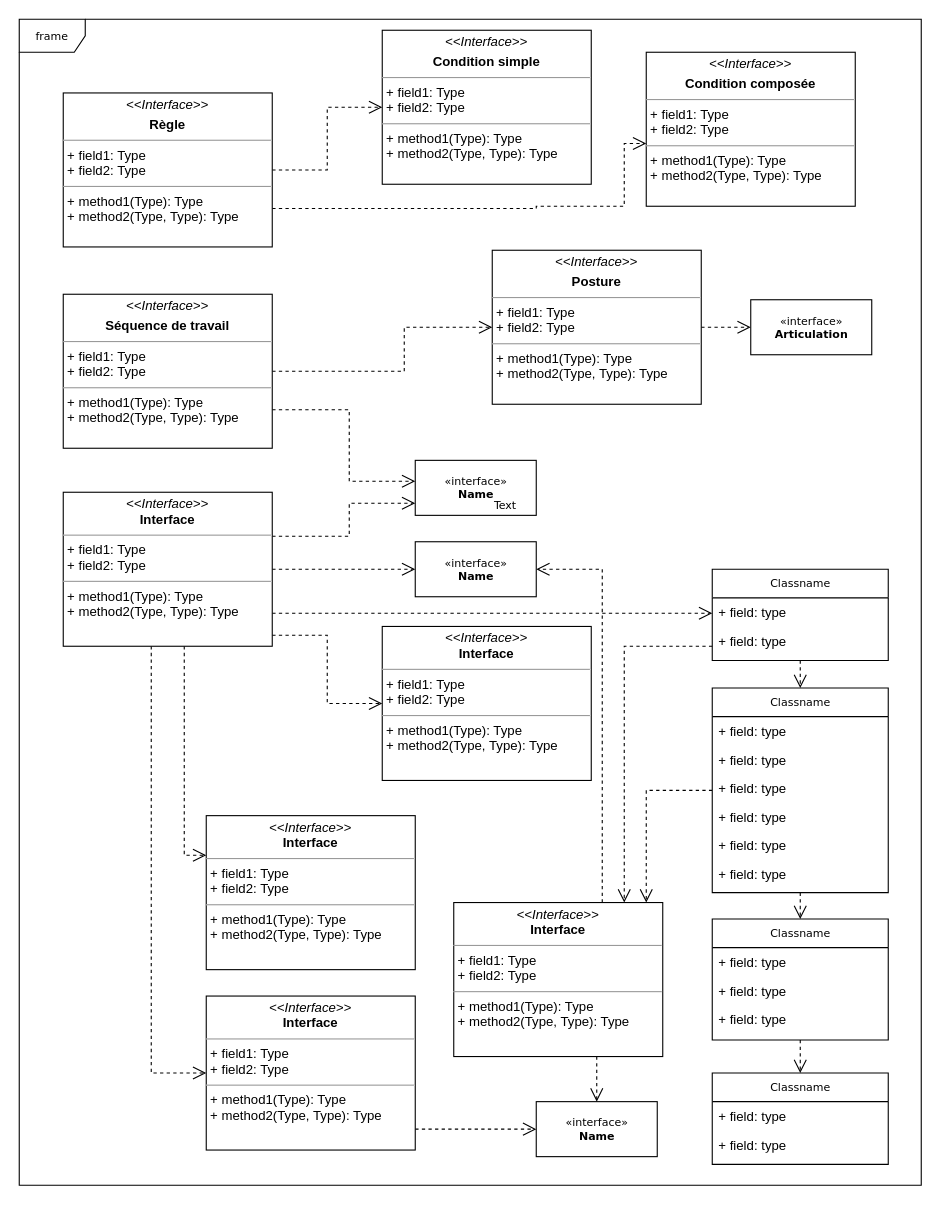
The draw.io diagram MiniPOO-Diagramme de classe.drawio in lajoll1/MINI_POO222, before the edit. Source tidied: cells renumbered, new cells numbered last; positions are measured from the earlier drawing's top-left corner, leaving out a move shared by most shapes. Both pictures are drawn from the tidied source at 110%, with x=0, y=0 at pixel (19, 19).
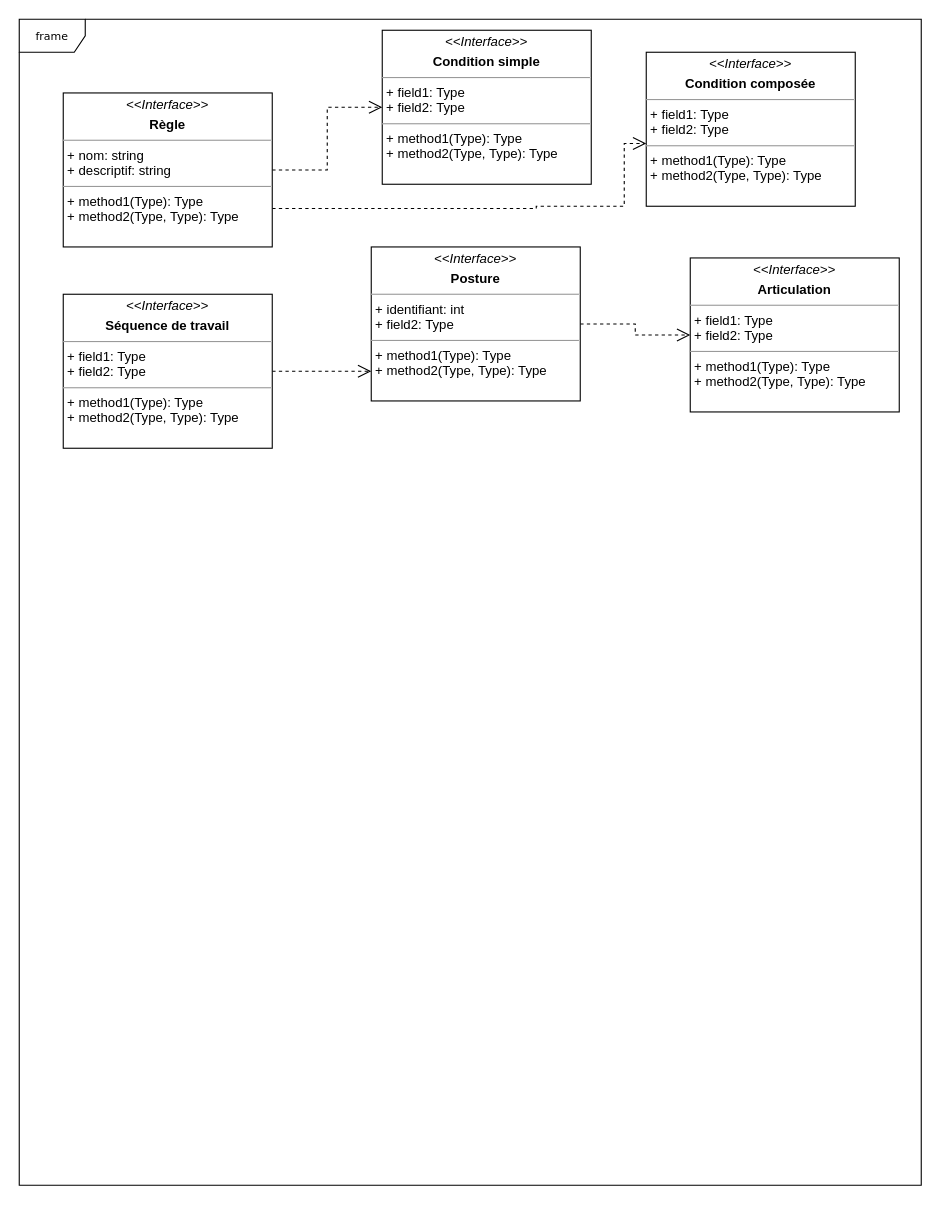
Above is the later version.

Commit message (it also covers changes not shown here):
Mettre à jour MiniPOO-Diagramme de classe.drawio

Unchanged cells that the change refers to:
```xml
<mxCell id="43" value="&lt;p style=&quot;margin:0px;margin-top:4px;text-align:center;&quot;&gt;&lt;i&gt;&amp;lt;&amp;lt;Interface&amp;gt;&amp;gt;&lt;/i&gt;&lt;/p&gt;&lt;p style=&quot;margin:0px;margin-top:4px;text-align:center;&quot;&gt;&lt;b&gt;Séquence de travail&lt;/b&gt;&lt;br&gt;&lt;/p&gt;&lt;hr size=&quot;1&quot;&gt;&lt;p style=&quot;margin:0px;margin-left:4px;&quot;&gt;+ field1: Type&lt;br&gt;+ field2: Type&lt;/p&gt;&lt;hr size=&quot;1&quot;&gt;&lt;p style=&quot;margin:0px;margin-left:4px;&quot;&gt;+ method1(Type): Type&lt;br&gt;+ method2(Type, Type): Type&lt;/p&gt;" style="verticalAlign=top;align=left;overflow=fill;fontSize=12;fontFamily=Helvetica;html=1;rounded=0;shadow=0;comic=0;labelBackgroundColor=none;strokeWidth=1;" parent="1" vertex="1">
  <mxGeometry x="40" y="250" width="190" height="140" as="geometry" />
</mxCell>
```

The edit, as a diff of the source:
```diff
@@
-    <mxCell id="3" style="edgeStyle=orthogonalEdgeStyle;rounded=0;html=1;dashed=1;labelBackgroundColor=none;startFill=0;endArrow=open;endFill=0;endSize=10;fontFamily=Verdana;fontSize=10;" parent="1" edge="1" source="5" target="27">
-      <mxGeometry relative="1" as="geometry">
-        <Array as="points">
-          <mxPoint x="570" y="701" />
-        </Array>
-      </mxGeometry>
-    </mxCell>
-    <mxCell id="4" style="edgeStyle=orthogonalEdgeStyle;rounded=0;html=1;dashed=1;labelBackgroundColor=none;startFill=0;endArrow=open;endFill=0;endSize=10;fontFamily=Verdana;fontSize=10;" parent="1" edge="1" source="5" target="16">
-      <mxGeometry relative="1" as="geometry" />
-    </mxCell>
-    <mxCell id="5" value="Classname" style="swimlane;html=1;fontStyle=0;horizontal=1;startSize=26;fillColor=none;swimlaneFillColor=#ffffff;rounded=0;shadow=0;comic=0;labelBackgroundColor=none;strokeWidth=1;fontFamily=Verdana;fontSize=10;align=center;" parent="1" vertex="1">
-      <mxGeometry x="630" y="608" width="160" height="186" as="geometry" />
-    </mxCell>
-    <mxCell id="6" value="+ field: type" style="text;html=1;strokeColor=none;fillColor=none;align=left;verticalAlign=top;spacingLeft=4;spacingRight=4;whiteSpace=wrap;overflow=hidden;" parent="5" vertex="1">
-      <mxGeometry y="26" width="160" height="26" as="geometry" />
-    </mxCell>
-    <mxCell id="7" value="+ field: type" style="text;html=1;strokeColor=none;fillColor=none;align=left;verticalAlign=top;spacingLeft=4;spacingRight=4;whiteSpace=wrap;overflow=hidden;" parent="5" vertex="1">
-      <mxGeometry y="52" width="160" height="26" as="geometry" />
-    </mxCell>
-    <mxCell id="8" value="+ field: type" style="text;html=1;strokeColor=none;fillColor=none;align=left;verticalAlign=top;spacingLeft=4;spacingRight=4;whiteSpace=wrap;overflow=hidden;" parent="5" vertex="1">
-      <mxGeometry y="78" width="160" height="26" as="geometry" />
-    </mxCell>
-    <mxCell id="9" value="+ field: type" style="text;html=1;strokeColor=none;fillColor=none;align=left;verticalAlign=top;spacingLeft=4;spacingRight=4;whiteSpace=wrap;overflow=hidden;" parent="5" vertex="1">
-      <mxGeometry y="104" width="160" height="26" as="geometry" />
-    </mxCell>
-    <mxCell id="10" value="+ field: type" style="text;html=1;strokeColor=none;fillColor=none;align=left;verticalAlign=top;spacingLeft=4;spacingRight=4;whiteSpace=wrap;overflow=hidden;" parent="5" vertex="1">
-      <mxGeometry y="130" width="160" height="26" as="geometry" />
-    </mxCell>
-    <mxCell id="11" value="+ field: type" style="text;html=1;strokeColor=none;fillColor=none;align=left;verticalAlign=top;spacingLeft=4;spacingRight=4;whiteSpace=wrap;overflow=hidden;" parent="5" vertex="1">
-      <mxGeometry y="156" width="160" height="26" as="geometry" />
-    </mxCell>
-    <mxCell id="12" value="Classname" style="swimlane;html=1;fontStyle=0;horizontal=1;startSize=26;fillColor=none;swimlaneFillColor=#ffffff;rounded=0;shadow=0;comic=0;labelBackgroundColor=none;strokeWidth=1;fontFamily=Verdana;fontSize=10;align=center;" parent="1" vertex="1">
-      <mxGeometry x="630" y="958" width="160" height="83" as="geometry" />
-    </mxCell>
-    <mxCell id="13" value="+ field: type" style="text;html=1;strokeColor=none;fillColor=none;align=left;verticalAlign=top;spacingLeft=4;spacingRight=4;whiteSpace=wrap;overflow=hidden;" parent="12" vertex="1">
-      <mxGeometry y="26" width="160" height="26" as="geometry" />
-    </mxCell>
-    <mxCell id="14" value="+ field: type" style="text;html=1;strokeColor=none;fillColor=none;align=left;verticalAlign=top;spacingLeft=4;spacingRight=4;whiteSpace=wrap;overflow=hidden;" parent="12" vertex="1">
-      <mxGeometry y="52" width="160" height="26" as="geometry" />
-    </mxCell>
-    <mxCell id="15" style="edgeStyle=orthogonalEdgeStyle;rounded=0;html=1;dashed=1;labelBackgroundColor=none;startFill=0;endArrow=open;endFill=0;endSize=10;fontFamily=Verdana;fontSize=10;" parent="1" edge="1" source="16" target="12">
-      <mxGeometry relative="1" as="geometry" />
-    </mxCell>
-    <mxCell id="16" value="Classname" style="swimlane;html=1;fontStyle=0;horizontal=1;startSize=26;fillColor=none;swimlaneFillColor=#ffffff;rounded=0;shadow=0;comic=0;labelBackgroundColor=none;strokeWidth=1;fontFamily=Verdana;fontSize=10;align=center;" parent="1" vertex="1">
-      <mxGeometry x="630" y="818" width="160" height="110" as="geometry" />
-    </mxCell>
-    <mxCell id="17" value="+ field: type" style="text;html=1;strokeColor=none;fillColor=none;align=left;verticalAlign=top;spacingLeft=4;spacingRight=4;whiteSpace=wrap;overflow=hidden;" parent="16" vertex="1">
-      <mxGeometry y="26" width="160" height="26" as="geometry" />
-    </mxCell>
-    <mxCell id="18" value="+ field: type" style="text;html=1;strokeColor=none;fillColor=none;align=left;verticalAlign=top;spacingLeft=4;spacingRight=4;whiteSpace=wrap;overflow=hidden;" parent="16" vertex="1">
-      <mxGeometry y="52" width="160" height="26" as="geometry" />
-    </mxCell>
-    <mxCell id="19" value="+ field: type" style="text;html=1;strokeColor=none;fillColor=none;align=left;verticalAlign=top;spacingLeft=4;spacingRight=4;whiteSpace=wrap;overflow=hidden;" parent="16" vertex="1">
-      <mxGeometry y="78" width="160" height="26" as="geometry" />
-    </mxCell>
-    <mxCell id="20" style="edgeStyle=orthogonalEdgeStyle;rounded=0;html=1;dashed=1;labelBackgroundColor=none;startFill=0;endArrow=open;endFill=0;endSize=10;fontFamily=Verdana;fontSize=10;" parent="1" edge="1" source="21" target="5">
-      <mxGeometry relative="1" as="geometry" />
-    </mxCell>
-    <mxCell id="21" value="Classname" style="swimlane;html=1;fontStyle=0;horizontal=1;startSize=26;fillColor=none;swimlaneFillColor=#ffffff;rounded=0;shadow=0;comic=0;labelBackgroundColor=none;strokeWidth=1;fontFamily=Verdana;fontSize=10;align=center;" parent="1" vertex="1">
-      <mxGeometry x="630" y="500" width="160" height="83" as="geometry" />
-    </mxCell>
-    <mxCell id="22" value="+ field: type" style="text;html=1;strokeColor=none;fillColor=none;align=left;verticalAlign=top;spacingLeft=4;spacingRight=4;whiteSpace=wrap;overflow=hidden;" parent="21" vertex="1">
-      <mxGeometry y="26" width="160" height="26" as="geometry" />
-    </mxCell>
-    <mxCell id="23" value="+ field: type" style="text;html=1;strokeColor=none;fillColor=none;align=left;verticalAlign=top;spacingLeft=4;spacingRight=4;whiteSpace=wrap;overflow=hidden;" parent="21" vertex="1">
-      <mxGeometry y="52" width="160" height="26" as="geometry" />
-    </mxCell>
-    <mxCell id="24" value="&amp;laquo;interface&amp;raquo;&lt;br&gt;&lt;b&gt;Name&lt;/b&gt;" style="html=1;rounded=0;shadow=0;comic=0;labelBackgroundColor=none;strokeWidth=1;fontFamily=Verdana;fontSize=10;align=center;" parent="1" vertex="1">
-      <mxGeometry x="470" y="984" width="110" height="50" as="geometry" />
-    </mxCell>
-    <mxCell id="25" style="edgeStyle=orthogonalEdgeStyle;rounded=0;html=1;dashed=1;labelBackgroundColor=none;startFill=0;endArrow=open;endFill=0;endSize=10;fontFamily=Verdana;fontSize=10;" parent="1" edge="1" source="27" target="24">
-      <mxGeometry relative="1" as="geometry">
-        <Array as="points">
-          <mxPoint x="525" y="950" />
-          <mxPoint x="525" y="950" />
-        </Array>
-      </mxGeometry>
-    </mxCell>
-    <mxCell id="26" style="edgeStyle=orthogonalEdgeStyle;rounded=0;html=1;dashed=1;labelBackgroundColor=none;startFill=0;endArrow=open;endFill=0;endSize=10;fontFamily=Verdana;fontSize=10;" parent="1" edge="1" source="27" target="32">
-      <mxGeometry relative="1" as="geometry">
-        <Array as="points">
-          <mxPoint x="530" y="500" />
-        </Array>
-      </mxGeometry>
-    </mxCell>
-    <mxCell id="27" value="&lt;p style=&quot;margin:0px;margin-top:4px;text-align:center;&quot;&gt;&lt;i&gt;&amp;lt;&amp;lt;Interface&amp;gt;&amp;gt;&lt;/i&gt;&lt;br/&gt;&lt;b&gt;Interface&lt;/b&gt;&lt;/p&gt;&lt;hr size=&quot;1&quot;/&gt;&lt;p style=&quot;margin:0px;margin-left:4px;&quot;&gt;+ field1: Type&lt;br/&gt;+ field2: Type&lt;/p&gt;&lt;hr size=&quot;1&quot;/&gt;&lt;p style=&quot;margin:0px;margin-left:4px;&quot;&gt;+ method1(Type): Type&lt;br/&gt;+ method2(Type, Type): Type&lt;/p&gt;" style="verticalAlign=top;align=left;overflow=fill;fontSize=12;fontFamily=Helvetica;html=1;rounded=0;shadow=0;comic=0;labelBackgroundColor=none;strokeWidth=1;" parent="1" vertex="1">
-      <mxGeometry x="395" y="803" width="190" height="140" as="geometry" />
-    </mxCell>
-    <mxCell id="28" value="&lt;p style=&quot;margin:0px;margin-top:4px;text-align:center;&quot;&gt;&lt;i&gt;&amp;lt;&amp;lt;Interface&amp;gt;&amp;gt;&lt;/i&gt;&lt;br/&gt;&lt;b&gt;Interface&lt;/b&gt;&lt;/p&gt;&lt;hr size=&quot;1&quot;/&gt;&lt;p style=&quot;margin:0px;margin-left:4px;&quot;&gt;+ field1: Type&lt;br/&gt;+ field2: Type&lt;/p&gt;&lt;hr size=&quot;1&quot;/&gt;&lt;p style=&quot;margin:0px;margin-left:4px;&quot;&gt;+ method1(Type): Type&lt;br/&gt;+ method2(Type, Type): Type&lt;/p&gt;" style="verticalAlign=top;align=left;overflow=fill;fontSize=12;fontFamily=Helvetica;html=1;rounded=0;shadow=0;comic=0;labelBackgroundColor=none;strokeWidth=1;" parent="1" vertex="1">
-      <mxGeometry x="330" y="552" width="190" height="140" as="geometry" />
-    </mxCell>
-    <mxCell id="29" style="edgeStyle=orthogonalEdgeStyle;rounded=0;html=1;dashed=1;labelBackgroundColor=none;startFill=0;endArrow=open;endFill=0;endSize=10;fontFamily=Verdana;fontSize=10;" parent="1" edge="1" source="30" target="24">
-      <mxGeometry relative="1" as="geometry">
-        <Array as="points">
-          <mxPoint x="390" y="1009" />
-          <mxPoint x="390" y="1009" />
-        </Array>
-      </mxGeometry>
-    </mxCell>
-    <mxCell id="30" value="&lt;p style=&quot;margin:0px;margin-top:4px;text-align:center;&quot;&gt;&lt;i&gt;&amp;lt;&amp;lt;Interface&amp;gt;&amp;gt;&lt;/i&gt;&lt;br/&gt;&lt;b&gt;Interface&lt;/b&gt;&lt;/p&gt;&lt;hr size=&quot;1&quot;/&gt;&lt;p style=&quot;margin:0px;margin-left:4px;&quot;&gt;+ field1: Type&lt;br/&gt;+ field2: Type&lt;/p&gt;&lt;hr size=&quot;1&quot;/&gt;&lt;p style=&quot;margin:0px;margin-left:4px;&quot;&gt;+ method1(Type): Type&lt;br/&gt;+ method2(Type, Type): Type&lt;/p&gt;" style="verticalAlign=top;align=left;overflow=fill;fontSize=12;fontFamily=Helvetica;html=1;rounded=0;shadow=0;comic=0;labelBackgroundColor=none;strokeWidth=1;" parent="1" vertex="1">
-      <mxGeometry x="170" y="888" width="190" height="140" as="geometry" />
-    </mxCell>
-    <mxCell id="31" value="&lt;p style=&quot;margin:0px;margin-top:4px;text-align:center;&quot;&gt;&lt;i&gt;&amp;lt;&amp;lt;Interface&amp;gt;&amp;gt;&lt;/i&gt;&lt;br/&gt;&lt;b&gt;Interface&lt;/b&gt;&lt;/p&gt;&lt;hr size=&quot;1&quot;/&gt;&lt;p style=&quot;margin:0px;margin-left:4px;&quot;&gt;+ field1: Type&lt;br/&gt;+ field2: Type&lt;/p&gt;&lt;hr size=&quot;1&quot;/&gt;&lt;p style=&quot;margin:0px;margin-left:4px;&quot;&gt;+ method1(Type): Type&lt;br/&gt;+ method2(Type, Type): Type&lt;/p&gt;" style="verticalAlign=top;align=left;overflow=fill;fontSize=12;fontFamily=Helvetica;html=1;rounded=0;shadow=0;comic=0;labelBackgroundColor=none;strokeWidth=1;" parent="1" vertex="1">
-      <mxGeometry x="170" y="724" width="190" height="140" as="geometry" />
-    </mxCell>
-    <mxCell id="32" value="&amp;laquo;interface&amp;raquo;&lt;br&gt;&lt;b&gt;Name&lt;/b&gt;" style="html=1;rounded=0;shadow=0;comic=0;labelBackgroundColor=none;strokeWidth=1;fontFamily=Verdana;fontSize=10;align=center;" parent="1" vertex="1">
-      <mxGeometry x="360" y="475" width="110" height="50" as="geometry" />
-    </mxCell>
-    <mxCell id="33" value="&amp;laquo;interface&amp;raquo;&lt;br&gt;&lt;b&gt;Name&lt;/b&gt;" style="html=1;rounded=0;shadow=0;comic=0;labelBackgroundColor=none;strokeWidth=1;fontFamily=Verdana;fontSize=10;align=center;" parent="1" vertex="1">
-      <mxGeometry x="360" y="401" width="110" height="50" as="geometry" />
-    </mxCell>
-    <mxCell id="34" style="edgeStyle=orthogonalEdgeStyle;rounded=0;html=1;dashed=1;labelBackgroundColor=none;startFill=0;endArrow=open;endFill=0;endSize=10;fontFamily=Verdana;fontSize=10;" parent="1" edge="1" source="35" target="37">
+    <mxCell id="34" style="edgeStyle=orthogonalEdgeStyle;rounded=0;html=1;dashed=1;labelBackgroundColor=none;startFill=0;endArrow=open;endFill=0;endSize=10;fontFamily=Verdana;fontSize=10;entryX=0;entryY=0.5;entryDx=0;entryDy=0;" parent="1" edge="1" source="35" target="54">
       <mxGeometry relative="1" as="geometry" />
     </mxCell>
-    <mxCell id="35" value="&lt;p style=&quot;margin:0px;margin-top:4px;text-align:center;&quot;&gt;&lt;i&gt;&amp;lt;&amp;lt;Interface&amp;gt;&amp;gt;&lt;/i&gt;&lt;b&gt;&lt;br&gt;&lt;/b&gt;&lt;/p&gt;&lt;p style=&quot;margin:0px;margin-top:4px;text-align:center;&quot;&gt;&lt;b&gt;Posture&lt;/b&gt;&lt;br&gt;&lt;/p&gt;&lt;hr size=&quot;1&quot;&gt;&lt;p style=&quot;margin:0px;margin-left:4px;&quot;&gt;+ field1: Type&lt;br&gt;+ field2: Type&lt;/p&gt;&lt;hr size=&quot;1&quot;&gt;&lt;p style=&quot;margin:0px;margin-left:4px;&quot;&gt;+ method1(Type): Type&lt;br&gt;+ method2(Type, Type): Type&lt;/p&gt;" style="verticalAlign=top;align=left;overflow=fill;fontSize=12;fontFamily=Helvetica;html=1;rounded=0;shadow=0;comic=0;labelBackgroundColor=none;strokeWidth=1;" parent="1" vertex="1">
-      <mxGeometry x="430" y="210" width="190" height="140" as="geometry" />
+    <mxCell id="35" value="&lt;p style=&quot;margin:0px;margin-top:4px;text-align:center;&quot;&gt;&lt;i&gt;&amp;lt;&amp;lt;Interface&amp;gt;&amp;gt;&lt;/i&gt;&lt;b&gt;&lt;br&gt;&lt;/b&gt;&lt;/p&gt;&lt;p style=&quot;margin:0px;margin-top:4px;text-align:center;&quot;&gt;&lt;b&gt;Posture&lt;/b&gt;&lt;br&gt;&lt;/p&gt;&lt;hr size=&quot;1&quot;&gt;&lt;p style=&quot;margin:0px;margin-left:4px;&quot;&gt;+ identifiant: int&lt;br&gt;+ field2: Type&lt;/p&gt;&lt;hr size=&quot;1&quot;&gt;&lt;p style=&quot;margin:0px;margin-left:4px;&quot;&gt;+ method1(Type): Type&lt;br&gt;+ method2(Type, Type): Type&lt;/p&gt;" style="verticalAlign=top;align=left;overflow=fill;fontSize=12;fontFamily=Helvetica;html=1;rounded=0;shadow=0;comic=0;labelBackgroundColor=none;strokeWidth=1;" parent="1" vertex="1">
+      <mxGeometry x="320" y="207" width="190" height="140" as="geometry" />
     </mxCell>
-    <mxCell id="36" value="Text" style="text;html=1;align=left;verticalAlign=top;spacingTop=-4;fontSize=10;fontFamily=Verdana;fontColor=#000000;" parent="1" vertex="1">
-      <mxGeometry x="430" y="434" width="40" height="10" as="geometry" />
-    </mxCell>
-    <mxCell id="37" value="&lt;div&gt;«interface»&lt;b&gt;&lt;br&gt;&lt;/b&gt;&lt;/div&gt;&lt;div&gt;&lt;b&gt;Articulation&lt;/b&gt;&lt;/div&gt;" style="html=1;rounded=0;shadow=0;comic=0;labelBackgroundColor=none;strokeWidth=1;fontFamily=Verdana;fontSize=10;align=center;" parent="1" vertex="1">
-      <mxGeometry x="665" y="255" width="110" height="50" as="geometry" />
-    </mxCell>
@@
-    <mxCell id="40" value="&lt;p style=&quot;margin:0px;margin-top:4px;text-align:center;&quot;&gt;&lt;i&gt;&amp;lt;&amp;lt;Interface&amp;gt;&amp;gt;&lt;/i&gt;&lt;b&gt;&lt;br&gt;&lt;/b&gt;&lt;/p&gt;&lt;p style=&quot;margin:0px;margin-top:4px;text-align:center;&quot;&gt;&lt;b&gt;Règle&lt;/b&gt;&lt;br&gt;&lt;/p&gt;&lt;hr size=&quot;1&quot;&gt;&lt;p style=&quot;margin:0px;margin-left:4px;&quot;&gt;+ field1: Type&lt;br&gt;+ field2: Type&lt;/p&gt;&lt;hr size=&quot;1&quot;&gt;&lt;p style=&quot;margin:0px;margin-left:4px;&quot;&gt;+ method1(Type): Type&lt;br&gt;+ method2(Type, Type): Type&lt;/p&gt;" style="verticalAlign=top;align=left;overflow=fill;fontSize=12;fontFamily=Helvetica;html=1;rounded=0;shadow=0;comic=0;labelBackgroundColor=none;strokeWidth=1;" parent="1" vertex="1">
+    <mxCell id="40" value="&lt;p style=&quot;margin:0px;margin-top:4px;text-align:center;&quot;&gt;&lt;i&gt;&amp;lt;&amp;lt;Interface&amp;gt;&amp;gt;&lt;/i&gt;&lt;b&gt;&lt;br&gt;&lt;/b&gt;&lt;/p&gt;&lt;p style=&quot;margin:0px;margin-top:4px;text-align:center;&quot;&gt;&lt;b&gt;Règle&lt;/b&gt;&lt;br&gt;&lt;/p&gt;&lt;hr size=&quot;1&quot;&gt;&lt;p style=&quot;margin:0px;margin-left:4px;&quot;&gt;+ nom: string&lt;br&gt;+ descriptif: string&lt;/p&gt;&lt;hr size=&quot;1&quot;&gt;&lt;p style=&quot;margin:0px;margin-left:4px;&quot;&gt;+ method1(Type): Type&lt;br&gt;+ method2(Type, Type): Type&lt;/p&gt;" style="verticalAlign=top;align=left;overflow=fill;fontSize=12;fontFamily=Helvetica;html=1;rounded=0;shadow=0;comic=0;labelBackgroundColor=none;strokeWidth=1;" parent="1" vertex="1">
       <mxGeometry x="40" y="67" width="190" height="140" as="geometry" />
     </mxCell>
@@
-    <mxCell id="42" style="edgeStyle=orthogonalEdgeStyle;rounded=0;html=1;exitX=1;exitY=0.75;dashed=1;labelBackgroundColor=none;startFill=0;endArrow=open;endFill=0;endSize=10;fontFamily=Verdana;fontSize=10;" parent="1" edge="1" source="43" target="33">
-      <mxGeometry relative="1" as="geometry">
-        <Array as="points">
-          <mxPoint x="300" y="355" />
-          <mxPoint x="300" y="420" />
-        </Array>
-      </mxGeometry>
-    </mxCell>
@@
-    <mxCell id="44" style="edgeStyle=orthogonalEdgeStyle;rounded=0;html=1;dashed=1;labelBackgroundColor=none;startFill=0;endArrow=open;endFill=0;endSize=10;fontFamily=Verdana;fontSize=10;" parent="1" edge="1" source="50" target="33">
-      <mxGeometry relative="1" as="geometry">
-        <Array as="points">
-          <mxPoint x="300" y="470" />
-          <mxPoint x="300" y="440" />
-        </Array>
-      </mxGeometry>
-    </mxCell>
-    <mxCell id="45" style="edgeStyle=orthogonalEdgeStyle;rounded=0;html=1;dashed=1;labelBackgroundColor=none;startFill=0;endArrow=open;endFill=0;endSize=10;fontFamily=Verdana;fontSize=10;" parent="1" edge="1" source="50" target="32">
-      <mxGeometry relative="1" as="geometry" />
-    </mxCell>
-    <mxCell id="46" style="edgeStyle=orthogonalEdgeStyle;rounded=0;html=1;dashed=1;labelBackgroundColor=none;startFill=0;endArrow=open;endFill=0;endSize=10;fontFamily=Verdana;fontSize=10;" parent="1" edge="1" source="50" target="28">
-      <mxGeometry relative="1" as="geometry">
-        <Array as="points">
-          <mxPoint x="280" y="560" />
-          <mxPoint x="280" y="622" />
-        </Array>
-      </mxGeometry>
-    </mxCell>
-    <mxCell id="47" style="edgeStyle=orthogonalEdgeStyle;rounded=0;html=1;dashed=1;labelBackgroundColor=none;startFill=0;endArrow=open;endFill=0;endSize=10;fontFamily=Verdana;fontSize=10;" parent="1" edge="1" source="50" target="21">
-      <mxGeometry relative="1" as="geometry">
-        <Array as="points">
-          <mxPoint x="330" y="540" />
-          <mxPoint x="330" y="540" />
-        </Array>
-      </mxGeometry>
-    </mxCell>
-    <mxCell id="48" style="edgeStyle=orthogonalEdgeStyle;rounded=0;html=1;dashed=1;labelBackgroundColor=none;startFill=0;endArrow=open;endFill=0;endSize=10;fontFamily=Verdana;fontSize=10;" parent="1" edge="1" source="50" target="31">
-      <mxGeometry relative="1" as="geometry">
-        <Array as="points">
-          <mxPoint x="150" y="760" />
-        </Array>
-      </mxGeometry>
-    </mxCell>
-    <mxCell id="49" style="edgeStyle=orthogonalEdgeStyle;rounded=0;html=1;dashed=1;labelBackgroundColor=none;startFill=0;endArrow=open;endFill=0;endSize=10;fontFamily=Verdana;fontSize=10;" parent="1" edge="1" source="50" target="30">
-      <mxGeometry relative="1" as="geometry">
-        <Array as="points">
-          <mxPoint x="120" y="958" />
-        </Array>
-      </mxGeometry>
-    </mxCell>
-    <mxCell id="50" value="&lt;p style=&quot;margin:0px;margin-top:4px;text-align:center;&quot;&gt;&lt;i&gt;&amp;lt;&amp;lt;Interface&amp;gt;&amp;gt;&lt;/i&gt;&lt;br/&gt;&lt;b&gt;Interface&lt;/b&gt;&lt;/p&gt;&lt;hr size=&quot;1&quot;/&gt;&lt;p style=&quot;margin:0px;margin-left:4px;&quot;&gt;+ field1: Type&lt;br/&gt;+ field2: Type&lt;/p&gt;&lt;hr size=&quot;1&quot;/&gt;&lt;p style=&quot;margin:0px;margin-left:4px;&quot;&gt;+ method1(Type): Type&lt;br/&gt;+ method2(Type, Type): Type&lt;/p&gt;" style="verticalAlign=top;align=left;overflow=fill;fontSize=12;fontFamily=Helvetica;html=1;rounded=0;shadow=0;comic=0;labelBackgroundColor=none;strokeWidth=1;" parent="1" vertex="1">
-      <mxGeometry x="40" y="430" width="190" height="140" as="geometry" />
-    </mxCell>
-    <mxCell id="51" style="edgeStyle=orthogonalEdgeStyle;rounded=0;html=1;dashed=1;labelBackgroundColor=none;startFill=0;endArrow=open;endFill=0;endSize=10;fontFamily=Verdana;fontSize=10;" parent="1" edge="1" source="21" target="27">
-      <mxGeometry relative="1" as="geometry">
-        <Array as="points">
-          <mxPoint x="550" y="570" />
-        </Array>
-      </mxGeometry>
-    </mxCell>
@@
+    <mxCell id="54" value="&lt;p style=&quot;margin:0px;margin-top:4px;text-align:center;&quot;&gt;&lt;i&gt;&amp;lt;&amp;lt;Interface&amp;gt;&amp;gt;&lt;/i&gt;&lt;b&gt;&lt;br&gt;&lt;/b&gt;&lt;/p&gt;&lt;p style=&quot;margin:0px;margin-top:4px;text-align:center;&quot;&gt;&lt;b&gt;Articulation&lt;/b&gt;&lt;br&gt;&lt;/p&gt;&lt;hr size=&quot;1&quot;&gt;&lt;p style=&quot;margin:0px;margin-left:4px;&quot;&gt;+ field1: Type&lt;br&gt;+ field2: Type&lt;/p&gt;&lt;hr size=&quot;1&quot;&gt;&lt;p style=&quot;margin:0px;margin-left:4px;&quot;&gt;+ method1(Type): Type&lt;br&gt;+ method2(Type, Type): Type&lt;/p&gt;" style="verticalAlign=top;align=left;overflow=fill;fontSize=12;fontFamily=Helvetica;html=1;rounded=0;shadow=0;comic=0;labelBackgroundColor=none;strokeWidth=1;" parent="1" vertex="1">
+      <mxGeometry x="610" y="217" width="190" height="140" as="geometry" />
+    </mxCell>
```
